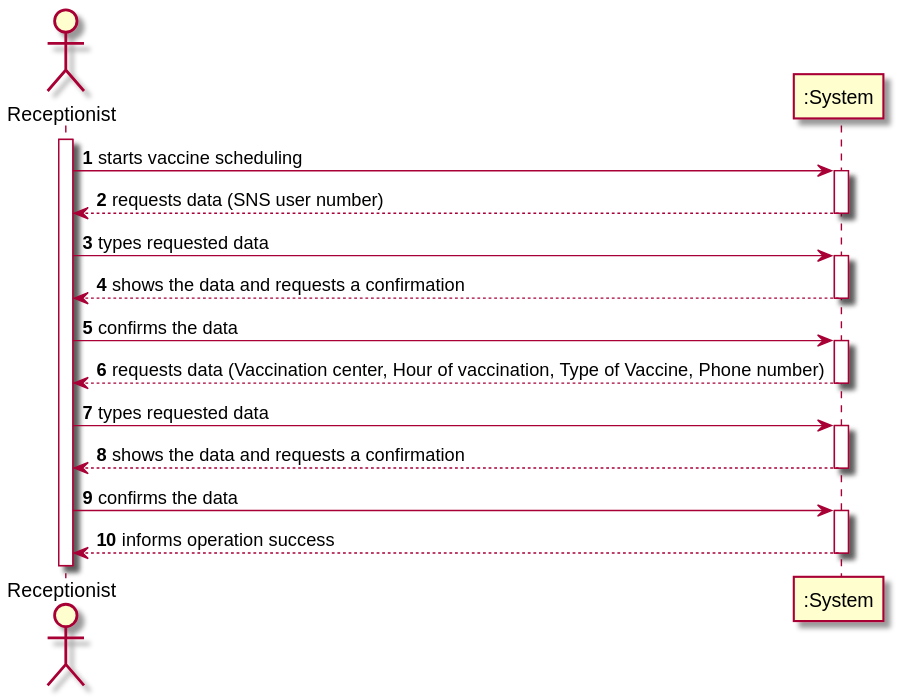
PedroMesquita1211171/VaccinationManager keeps this PlantUML diagram as docs/SprintC/US/US2/US002_SSD.svg. Above is the earlier version. Its diagram source:
```plantuml
@startuml

autonumber
actor "Receptionist" as USER

activate USER
USER -> ":System" : starts vaccine scheduling
activate ":System"
":System" --> USER :  requests data (SNS user number)
deactivate ":System"

USER -> ":System" : types requested data
activate ":System"
":System" --> USER : shows the data and requests a confirmation
deactivate ":System"

USER -> ":System" : confirms the data
activate ":System"
":System" --> USER : requests data (Vaccination center, Hour of vaccination, Type of Vaccine, Phone number)
deactivate ":System"
USER -> ":System" : types requested data
activate ":System"
":System" --> USER : shows the data and requests a confirmation
deactivate ":System"

USER -> ":System" : confirms the data
activate ":System"
":System" --> USER : informs operation success
deactivate ":System"
@enduml
```
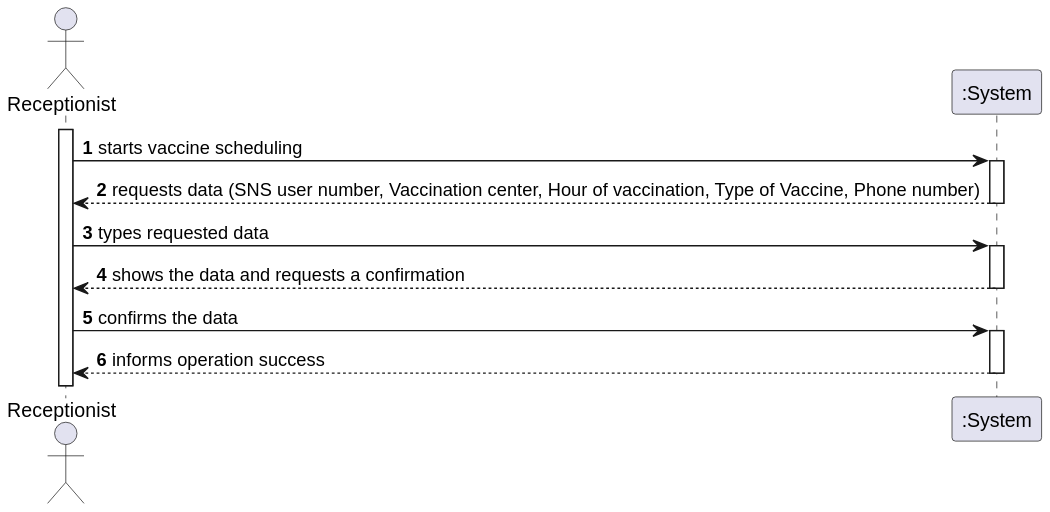
Above is the later version.

The edit, as a diff of the source:
```diff
@@ -6,17 +6,8 @@
 activate USER
 USER -> ":System" : starts vaccine scheduling
 activate ":System"
-":System" --> USER :  requests data (SNS user number)
-deactivate ":System"
 
-USER -> ":System" : types requested data
-activate ":System"
-":System" --> USER : shows the data and requests a confirmation
-deactivate ":System"
-
-USER -> ":System" : confirms the data
-activate ":System"
-":System" --> USER : requests data (Vaccination center, Hour of vaccination, Type of Vaccine, Phone number)
+":System" --> USER : requests data (SNS user number, Vaccination center, Hour of vaccination, Type of Vaccine, Phone number)
 deactivate ":System"
 USER -> ":System" : types requested data
 activate ":System"
```
